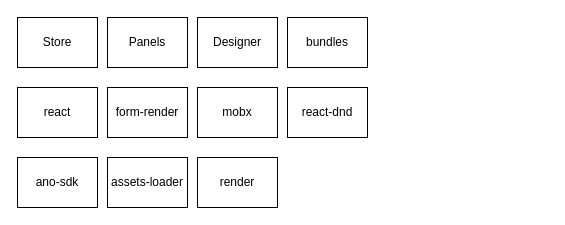
Earlier version of the draw.io diagram Untitled Diagram.drawio (hzzhuxiaowei/drawio). Source tidied: cells renumbered, new cells numbered last; positions are measured from the earlier drawing's top-left corner, leaving out a move shared by most shapes. Both pictures are drawn from the tidied source at 100%, with x=0, y=0 at pixel (17, 17).
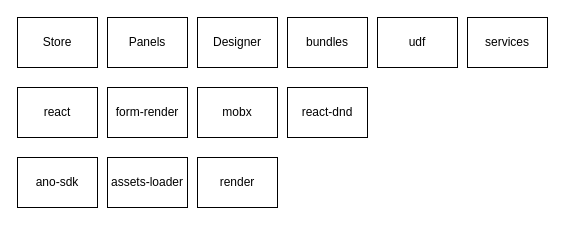
After the change.

What changed in the source:
```diff
@@
 <mxGraphModel>
   <root>
     <mxCell id="0" />
     <mxCell id="1" parent="0" />
     <mxCell id="2" value="Store" style="rounded=0;whiteSpace=wrap;html=1;" parent="1" vertex="1">
       <mxGeometry width="80" height="50" as="geometry" />
     </mxCell>
     <mxCell id="3" value="Panels" style="rounded=0;whiteSpace=wrap;html=1;" parent="1" vertex="1">
       <mxGeometry x="90" width="80" height="50" as="geometry" />
     </mxCell>
     <mxCell id="4" value="Designer" style="rounded=0;whiteSpace=wrap;html=1;" parent="1" vertex="1">
       <mxGeometry x="180" width="80" height="50" as="geometry" />
     </mxCell>
     <mxCell id="5" value="react" style="rounded=0;whiteSpace=wrap;html=1;" parent="1" vertex="1">
       <mxGeometry y="70" width="80" height="50" as="geometry" />
     </mxCell>
     <mxCell id="6" value="form-render" style="rounded=0;whiteSpace=wrap;html=1;" parent="1" vertex="1">
       <mxGeometry x="90" y="70" width="80" height="50" as="geometry" />
     </mxCell>
     <mxCell id="7" value="mobx" style="rounded=0;whiteSpace=wrap;html=1;" parent="1" vertex="1">
       <mxGeometry x="180" y="70" width="80" height="50" as="geometry" />
     </mxCell>
     <mxCell id="8" value="react-dnd" style="rounded=0;whiteSpace=wrap;html=1;" parent="1" vertex="1">
       <mxGeometry x="270" y="70" width="80" height="50" as="geometry" />
     </mxCell>
     <mxCell id="9" value="bundles" style="rounded=0;whiteSpace=wrap;html=1;" parent="1" vertex="1">
       <mxGeometry x="270" width="80" height="50" as="geometry" />
     </mxCell>
     <mxCell id="10" value="ano-sdk" style="rounded=0;whiteSpace=wrap;html=1;" parent="1" vertex="1">
       <mxGeometry y="140" width="80" height="50" as="geometry" />
     </mxCell>
     <mxCell id="11" value="assets-loader" style="rounded=0;whiteSpace=wrap;html=1;" parent="1" vertex="1">
       <mxGeometry x="90" y="140" width="80" height="50" as="geometry" />
     </mxCell>
     <mxCell id="12" value="render" style="rounded=0;whiteSpace=wrap;html=1;" parent="1" vertex="1">
       <mxGeometry x="180" y="140" width="80" height="50" as="geometry" />
     </mxCell>
+    <mxCell id="13" value="udf" style="rounded=0;whiteSpace=wrap;html=1;" parent="1" vertex="1">
+      <mxGeometry x="360" width="80" height="50" as="geometry" />
+    </mxCell>
+    <mxCell id="14" value="services" style="rounded=0;whiteSpace=wrap;html=1;" parent="1" vertex="1">
+      <mxGeometry x="450" width="80" height="50" as="geometry" />
+    </mxCell>
   </root>
 </mxGraphModel>
```
